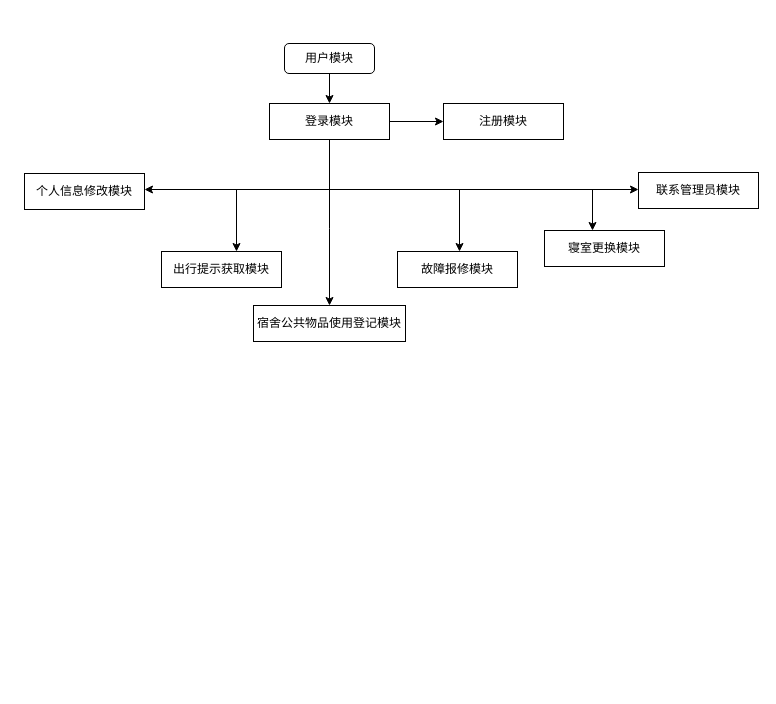
Earlier version of the draw.io diagram pic/模块.drawio (ZYNsama666/Software_engineering). Source tidied: cells renumbered, new cells numbered last; positions are measured from the earlier drawing's top-left corner, leaving out a move shared by most shapes. Both pictures are drawn from the tidied source at 100%, with x=0, y=0 at pixel (24, 43).
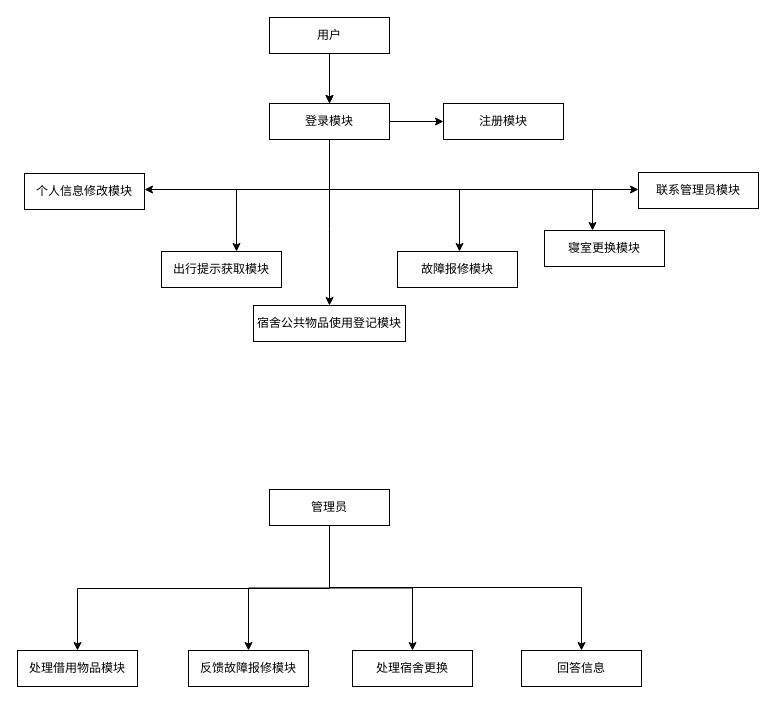
After the change.

Unchanged cells that the change refers to:
```xml
<mxCell id="11" value="登录模块" style="rounded=0;whiteSpace=wrap;html=1;" parent="1" vertex="1">
  <mxGeometry x="245" y="60" width="120" height="36" as="geometry" />
</mxCell>
```

The edit, as a diff of the source:
```diff
@@
-    <mxCell id="2" style="edgeStyle=orthogonalEdgeStyle;rounded=0;jettySize=auto;html=1;entryX=0.5;entryY=0;entryDx=0;entryDy=0;" parent="1" edge="1" source="3" target="11">
-      <mxGeometry relative="1" as="geometry" />
+    <mxCell id="2" style="edgeStyle=orthogonalEdgeStyle;rounded=0;jettySize=auto;html=1;entryX=0.5;entryY=0;entryDx=0;entryDy=0;" parent="1" edge="1" target="11">
+      <mxGeometry relative="1" as="geometry">
+        <mxPoint x="305" y="30" as="sourcePoint" />
+      </mxGeometry>
     </mxCell>
-    <mxCell id="3" value="用户模块" style="rounded=1;whiteSpace=wrap;html=1;" parent="1" vertex="1">
-      <mxGeometry x="260" width="90" height="30" as="geometry" />
-    </mxCell>
@@
+    <mxCell id="20" style="edgeStyle=orthogonalEdgeStyle;rounded=0;jettySize=auto;html=1;" parent="1" edge="1" source="21" target="11">
+      <mxGeometry relative="1" as="geometry" />
+    </mxCell>
+    <mxCell id="21" value="用户" style="rounded=0;whiteSpace=wrap;html=1;" parent="1" vertex="1">
+      <mxGeometry x="245" y="-26" width="120" height="36" as="geometry" />
+    </mxCell>
+    <mxCell id="22" style="edgeStyle=orthogonalEdgeStyle;rounded=0;jettySize=auto;html=1;" parent="1" edge="1" source="26" target="27">
+      <mxGeometry relative="1" as="geometry">
+        <Array as="points">
+          <mxPoint x="305" y="545" />
+          <mxPoint x="53" y="545" />
+        </Array>
+      </mxGeometry>
+    </mxCell>
+    <mxCell id="23" style="edgeStyle=orthogonalEdgeStyle;rounded=0;jettySize=auto;html=1;" parent="1" edge="1" source="26" target="28">
+      <mxGeometry relative="1" as="geometry" />
+    </mxCell>
+    <mxCell id="24" style="edgeStyle=orthogonalEdgeStyle;rounded=0;jettySize=auto;html=1;" parent="1" edge="1" source="26" target="29">
+      <mxGeometry relative="1" as="geometry" />
+    </mxCell>
+    <mxCell id="25" style="edgeStyle=orthogonalEdgeStyle;rounded=0;jettySize=auto;html=1;" parent="1" edge="1" source="26" target="30">
+      <mxGeometry relative="1" as="geometry">
+        <Array as="points">
+          <mxPoint x="305" y="544" />
+          <mxPoint x="557" y="544" />
+        </Array>
+      </mxGeometry>
+    </mxCell>
+    <mxCell id="26" value="管理员" style="rounded=0;whiteSpace=wrap;html=1;" parent="1" vertex="1">
+      <mxGeometry x="245" y="446" width="120" height="36" as="geometry" />
+    </mxCell>
+    <mxCell id="27" value="处理借用物品模块" style="rounded=0;whiteSpace=wrap;html=1;" parent="1" vertex="1">
+      <mxGeometry x="-7" y="607" width="120" height="36" as="geometry" />
+    </mxCell>
+    <mxCell id="28" value="反馈故障报修模块" style="rounded=0;whiteSpace=wrap;html=1;" parent="1" vertex="1">
+      <mxGeometry x="164" y="607" width="120" height="36" as="geometry" />
+    </mxCell>
+    <mxCell id="29" value="处理宿舍更换" style="rounded=0;whiteSpace=wrap;html=1;" parent="1" vertex="1">
+      <mxGeometry x="328" y="607" width="120" height="36" as="geometry" />
+    </mxCell>
+    <mxCell id="30" value="回答信息" style="rounded=0;whiteSpace=wrap;html=1;" parent="1" vertex="1">
+      <mxGeometry x="497" y="607" width="120" height="36" as="geometry" />
+    </mxCell>
```
